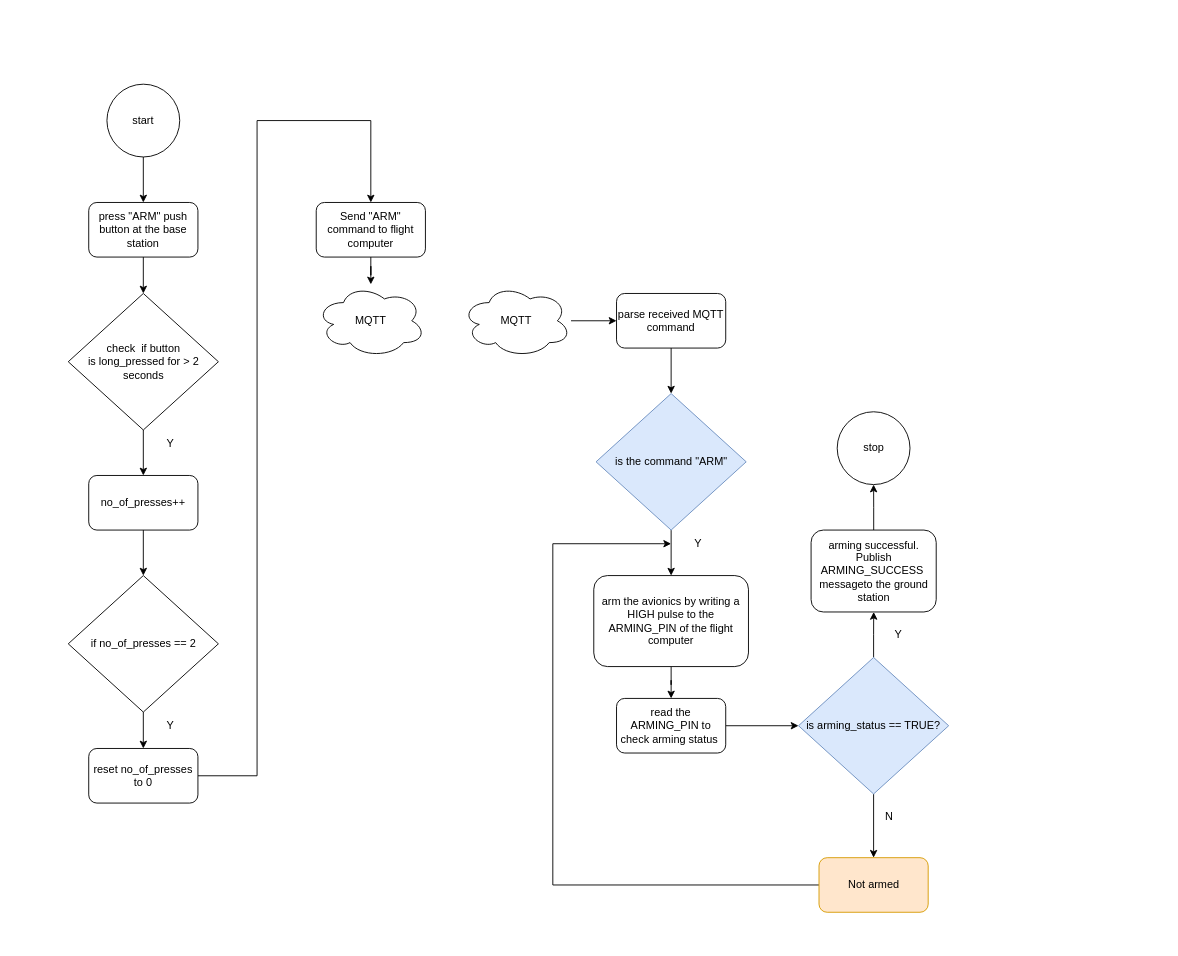
This is remote-switching/remote_switching_flowchart.drawio from nakujaproject/N4-Recovery, a draw.io file, before an edit. Source tidied: cells renumbered, new cells numbered last; positions are measured from the earlier drawing's top-left corner, leaving out a move shared by most shapes. Both pictures are drawn from the tidied source at 91%, with x=0, y=0 at pixel (68, 84).
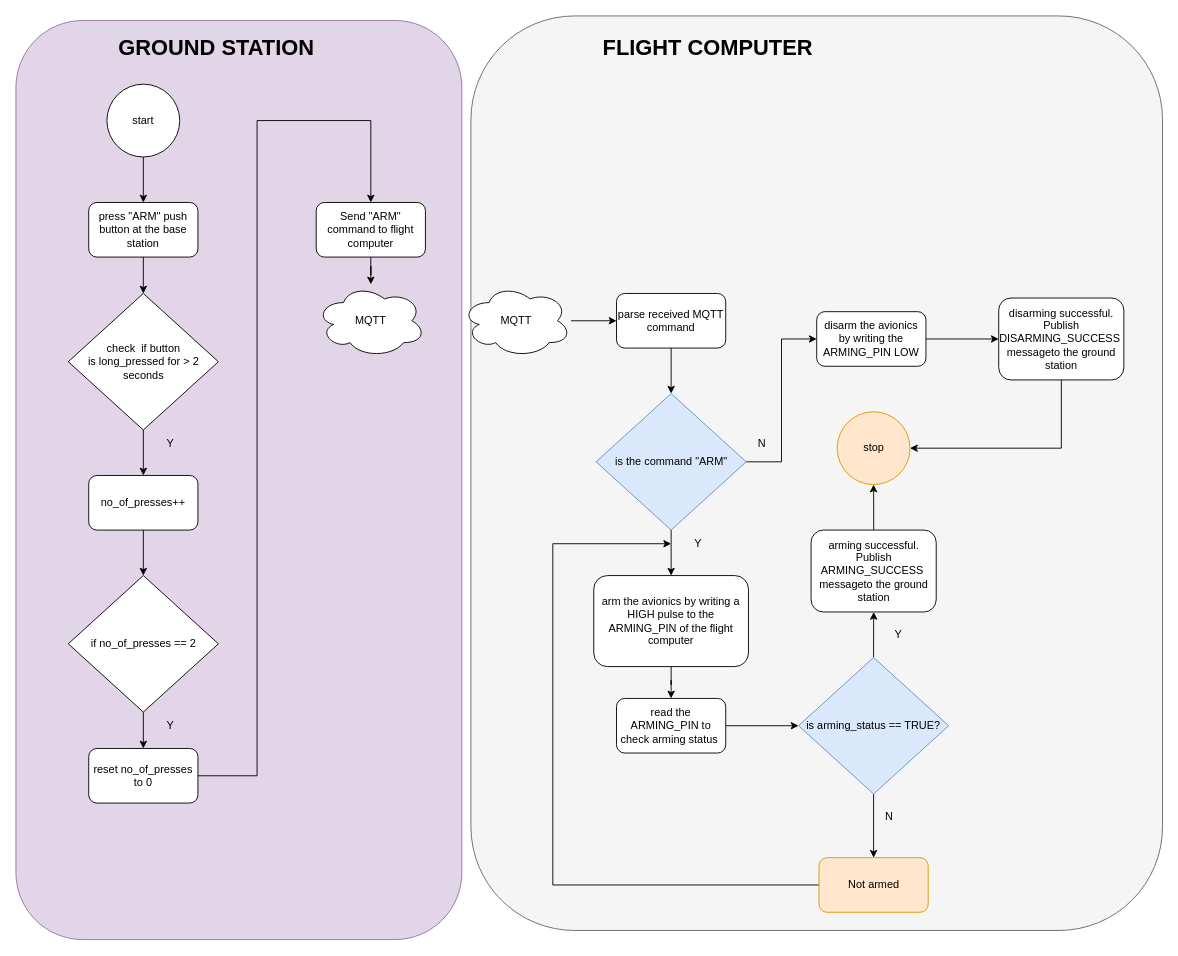
The same diagram, later.

Commit message (it also covers changes not shown here):
adds remote switching flowchart

Unchanged cells that the change refers to:
```xml
<mxCell id="24" value="is the command &quot;ARM&quot;" style="rhombus;whiteSpace=wrap;html=1;fillColor=#dae8fc;strokeColor=#6c8ebf;" parent="1" vertex="1">
  <mxGeometry x="579.5" y="340" width="165" height="150" as="geometry" />
</mxCell>
```

Change to the diagram source:
```diff
@@
+    <mxCell id="40" style="rounded=1;whiteSpace=wrap;html=1;fillColor=#f5f5f5;fontColor=#333333;strokeColor=#666666;" parent="1" vertex="1">
+      <mxGeometry x="442" y="-75" width="760" height="1005" as="geometry" />
+    </mxCell>
+    <mxCell id="41" style="rounded=1;whiteSpace=wrap;html=1;fillColor=#e1d5e7;strokeColor=#9673a6;" parent="1" vertex="1">
+      <mxGeometry x="-58" y="-70" width="490" height="1010" as="geometry" />
+    </mxCell>
@@
+    <mxCell id="42" style="edgeStyle=orthogonalEdgeStyle;rounded=0;jettySize=auto;html=1;entryX=0;entryY=0.5;entryDx=0;entryDy=0;" parent="1" edge="1" source="24" target="46">
+      <mxGeometry relative="1" as="geometry" />
+    </mxCell>
@@
-    <mxCell id="35" value="stop" style="ellipse;whiteSpace=wrap;html=1;" parent="1" vertex="1">
+    <mxCell id="35" value="stop" style="ellipse;whiteSpace=wrap;html=1;fillColor=#ffe6cc;strokeColor=#d79b00;" parent="1" vertex="1">
       <mxGeometry x="844.5" y="360" width="80" height="80" as="geometry" />
     </mxCell>
@@
+    <mxCell id="43" value="GROUND STATION" style="text;strokeColor=none;fillColor=none;html=1;fontSize=24;fontStyle=1;verticalAlign=middle;align=center;" parent="1" vertex="1">
+      <mxGeometry x="112" y="-60" width="100" height="40" as="geometry" />
+    </mxCell>
+    <mxCell id="44" value="FLIGHT COMPUTER" style="text;strokeColor=none;fillColor=none;html=1;fontSize=24;fontStyle=1;verticalAlign=middle;align=center;" parent="1" vertex="1">
+      <mxGeometry x="652" y="-60" width="100" height="40" as="geometry" />
+    </mxCell>
+    <mxCell id="45" style="edgeStyle=orthogonalEdgeStyle;rounded=0;jettySize=auto;html=1;" parent="1" edge="1" source="46" target="49">
+      <mxGeometry relative="1" as="geometry" />
+    </mxCell>
+    <mxCell id="46" value="disarm the avionics by writing the ARMING_PIN LOW" style="rounded=1;whiteSpace=wrap;html=1;" parent="1" vertex="1">
+      <mxGeometry x="822" y="250" width="120" height="60" as="geometry" />
+    </mxCell>
+    <mxCell id="47" value="N" style="text;html=1;align=center;verticalAlign=middle;whiteSpace=wrap;rounded=0;" parent="1" vertex="1">
+      <mxGeometry x="732" y="380" width="60" height="30" as="geometry" />
+    </mxCell>
+    <mxCell id="48" style="edgeStyle=orthogonalEdgeStyle;rounded=0;jettySize=auto;html=1;" parent="1" edge="1" source="49" target="35">
+      <mxGeometry relative="1" as="geometry">
+        <Array as="points">
+          <mxPoint x="1091" y="400" />
+        </Array>
+      </mxGeometry>
+    </mxCell>
+    <mxCell id="49" value="disarming successful. Publish DISARMING_SUCCESS&amp;nbsp; messageto the ground station" style="rounded=1;whiteSpace=wrap;html=1;" parent="1" vertex="1">
+      <mxGeometry x="1022" y="235" width="137.5" height="90" as="geometry" />
+    </mxCell>
```
